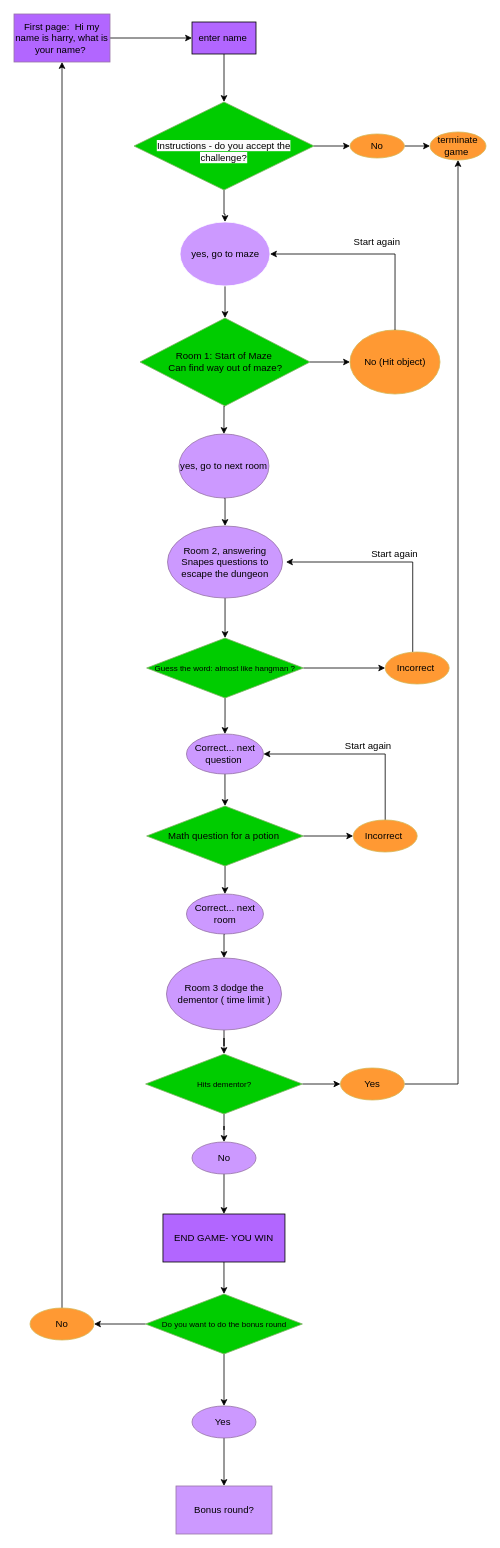
Earlier version of the draw.io diagram page "Page-1" (1 of 2) of HPflowchart.drawio (SchoolOfCode/escape-room-hackathon-50-shades-of-code). Source tidied: cells renumbered, new cells numbered last; positions are measured from the earlier drawing's top-left corner, leaving out a move shared by most shapes. Both pictures are drawn from the tidied source at 80%, with x=0, y=0 at pixel (14, 14).
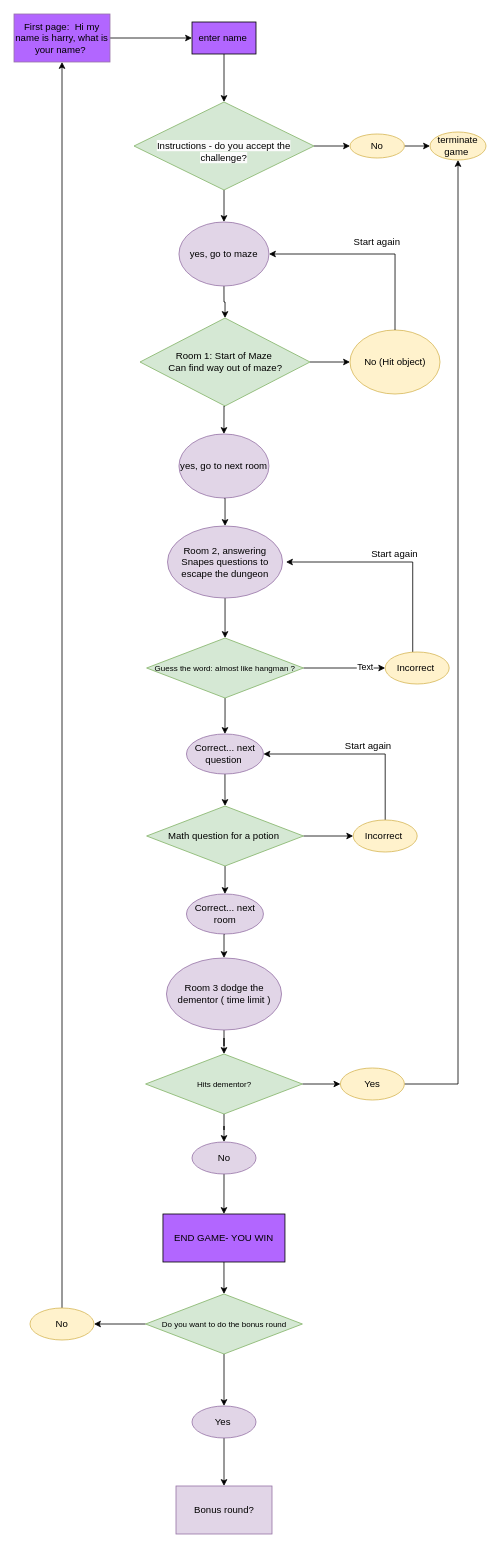
After the change.

Unchanged cells that the change refers to:
```xml
<mxCell id="24" style="edgeStyle=orthogonalEdgeStyle;rounded=0;jettySize=auto;html=1;exitX=1;exitY=0.5;exitDx=0;exitDy=0;entryX=0;entryY=0.5;entryDx=0;entryDy=0;" parent="1" edge="1" source="26" target="30">
  <mxGeometry relative="1" as="geometry" />
</mxCell>
```

What changed in the source:
```diff
@@
-    <mxCell id="6" value="&lt;br&gt;&lt;font style=&quot;&quot;&gt;&lt;span style=&quot;color: rgb(0, 0, 0); font-family: Helvetica; font-style: normal; font-variant-ligatures: normal; font-variant-caps: normal; font-weight: 400; letter-spacing: normal; orphans: 2; text-align: center; text-indent: 0px; text-transform: none; widows: 2; word-spacing: 0px; -webkit-text-stroke-width: 0px; background-color: rgb(251, 251, 251); text-decoration-thickness: initial; text-decoration-style: initial; text-decoration-color: initial; float: none; display: inline !important;&quot;&gt;&lt;font style=&quot;font-size: 12px;&quot;&gt;Instructions - do you accept the challenge?&lt;/font&gt;&lt;/span&gt;&lt;br&gt;&lt;/font&gt;" style="rhombus;whiteSpace=wrap;html=1;fillColor=#00CC00;strokeColor=#82b366;" parent="1" vertex="1">
+    <mxCell id="6" value="&lt;br&gt;&lt;font style=&quot;&quot;&gt;&lt;span style=&quot;color: rgb(0, 0, 0); font-family: Helvetica; font-style: normal; font-variant-ligatures: normal; font-variant-caps: normal; font-weight: 400; letter-spacing: normal; orphans: 2; text-align: center; text-indent: 0px; text-transform: none; widows: 2; word-spacing: 0px; -webkit-text-stroke-width: 0px; background-color: rgb(251, 251, 251); text-decoration-thickness: initial; text-decoration-style: initial; text-decoration-color: initial; float: none; display: inline !important;&quot;&gt;&lt;font style=&quot;font-size: 12px;&quot;&gt;Instructions - do you accept the challenge?&lt;/font&gt;&lt;/span&gt;&lt;br&gt;&lt;/font&gt;" style="rhombus;whiteSpace=wrap;html=1;fillColor=#d5e8d4;strokeColor=#82b366;" parent="1" vertex="1">
       <mxGeometry x="150" y="110" width="225" height="110" as="geometry" />
     </mxCell>
@@
-    <mxCell id="10" value="yes, go to maze" style="ellipse;whiteSpace=wrap;html=1;fontStyle=0;fillColor=#CC99FF;strokeColor=#FFFFFF;" parent="1" vertex="1">
-      <mxGeometry x="207.5" y="260" width="112.5" height="80" as="geometry" />
+    <mxCell id="10" value="yes, go to maze" style="ellipse;whiteSpace=wrap;html=1;fontStyle=0;fillColor=#e1d5e7;strokeColor=#9673a6;" parent="1" vertex="1">
+      <mxGeometry x="206.2" y="260" width="112.5" height="80" as="geometry" />
     </mxCell>
@@
-    <mxCell id="12" value="No" style="ellipse;whiteSpace=wrap;html=1;fillColor=#FF9933;strokeColor=#d6b656;" parent="1" vertex="1">
+    <mxCell id="12" value="No" style="ellipse;whiteSpace=wrap;html=1;fillColor=#fff2cc;strokeColor=#d6b656;" parent="1" vertex="1">
       <mxGeometry x="420" y="150" width="68" height="30" as="geometry" />
     </mxCell>
-    <mxCell id="13" value="terminate game&amp;nbsp;" style="ellipse;whiteSpace=wrap;html=1;fillColor=#FF9933;strokeColor=#d6b656;" parent="1" vertex="1">
+    <mxCell id="13" value="terminate game&amp;nbsp;" style="ellipse;whiteSpace=wrap;html=1;fillColor=#fff2cc;strokeColor=#d6b656;" parent="1" vertex="1">
       <mxGeometry x="520" y="147.5" width="70" height="35" as="geometry" />
     </mxCell>
@@
-    <mxCell id="16" value="Room 1: Start of Maze&amp;nbsp;&lt;br&gt;Can find way out of maze?" style="rhombus;whiteSpace=wrap;html=1;fillColor=#00CC00;strokeColor=#82b366;" parent="1" vertex="1">
+    <mxCell id="16" value="Room 1: Start of Maze&amp;nbsp;&lt;br&gt;Can find way out of maze?" style="rhombus;whiteSpace=wrap;html=1;fillColor=#d5e8d4;strokeColor=#82b366;" parent="1" vertex="1">
       <mxGeometry x="157.5" y="380" width="212.5" height="110" as="geometry" />
     </mxCell>
@@
-    <mxCell id="18" value="yes, go to next room" style="ellipse;whiteSpace=wrap;html=1;fillColor=#CC99FF;strokeColor=#9673a6;" parent="1" vertex="1">
+    <mxCell id="18" value="yes, go to next room" style="ellipse;whiteSpace=wrap;html=1;fillColor=#e1d5e7;strokeColor=#9673a6;" parent="1" vertex="1">
       <mxGeometry x="206.2" y="525" width="112.5" height="80" as="geometry" />
     </mxCell>
-    <mxCell id="19" value="No (Hit object)" style="ellipse;whiteSpace=wrap;html=1;fillColor=#FF9933;strokeColor=#d6b656;" parent="1" vertex="1">
+    <mxCell id="19" value="No (Hit object)" style="ellipse;whiteSpace=wrap;html=1;fillColor=#fff2cc;strokeColor=#d6b656;" parent="1" vertex="1">
       <mxGeometry x="420" y="395" width="112.5" height="80" as="geometry" />
     </mxCell>
@@
-    <mxCell id="23" value="Room 2, answering Snapes questions to escape the dungeon" style="ellipse;whiteSpace=wrap;html=1;fillColor=#CC99FF;strokeColor=#9673a6;" parent="1" vertex="1">
+    <mxCell id="23" value="Room 2, answering Snapes questions to escape the dungeon" style="ellipse;whiteSpace=wrap;html=1;fillColor=#e1d5e7;strokeColor=#9673a6;" parent="1" vertex="1">
       <mxGeometry x="191.9" y="640" width="143.8" height="90" as="geometry" />
     </mxCell>
@@
+    <mxCell id="59" value="Text" style="edgeLabel;html=1;align=center;verticalAlign=middle;" parent="24" vertex="1">
+      <mxGeometry x="0.53" y="3" relative="1" as="geometry">
+        <mxPoint x="-1" y="1" as="offset" />
+      </mxGeometry>
+    </mxCell>
@@
-    <mxCell id="26" value="&lt;font style=&quot;font-size: 10px;&quot;&gt;Guess the word: almost like hangman ?&lt;/font&gt;" style="rhombus;whiteSpace=wrap;html=1;fillColor=#00CC00;strokeColor=#82b366;" parent="1" vertex="1">
+    <mxCell id="26" value="&lt;font style=&quot;font-size: 10px;&quot;&gt;Guess the word: almost like hangman ?&lt;/font&gt;" style="rhombus;whiteSpace=wrap;html=1;fillColor=#d5e8d4;strokeColor=#82b366;" parent="1" vertex="1">
       <mxGeometry x="165.8" y="780" width="196" height="75" as="geometry" />
     </mxCell>
@@
-    <mxCell id="28" value="Correct... next question&amp;nbsp;" style="ellipse;whiteSpace=wrap;html=1;fillColor=#CC99FF;strokeColor=#9673a6;" parent="1" vertex="1">
+    <mxCell id="28" value="Correct... next question&amp;nbsp;" style="ellipse;whiteSpace=wrap;html=1;fillColor=#e1d5e7;strokeColor=#9673a6;" parent="1" vertex="1">
       <mxGeometry x="215.6" y="900" width="96.2" height="50" as="geometry" />
     </mxCell>
@@
-    <mxCell id="30" value="Incorrect&amp;nbsp;" style="ellipse;whiteSpace=wrap;html=1;fillColor=#FF9933;strokeColor=#d6b656;" parent="1" vertex="1">
+    <mxCell id="30" value="Incorrect&amp;nbsp;" style="ellipse;whiteSpace=wrap;html=1;fillColor=#fff2cc;strokeColor=#d6b656;" parent="1" vertex="1">
       <mxGeometry x="464" y="797.5" width="80" height="40" as="geometry" />
     </mxCell>
@@
-    <mxCell id="34" value="Math question for a potion&amp;nbsp;" style="rhombus;whiteSpace=wrap;html=1;fillColor=#00CC00;strokeColor=#82b366;" parent="1" vertex="1">
+    <mxCell id="34" value="Math question for a potion&amp;nbsp;" style="rhombus;whiteSpace=wrap;html=1;fillColor=#d5e8d4;strokeColor=#82b366;" parent="1" vertex="1">
       <mxGeometry x="165.8" y="990" width="196" height="75" as="geometry" />
     </mxCell>
@@
-    <mxCell id="36" value="Incorrect&amp;nbsp;" style="ellipse;whiteSpace=wrap;html=1;fillColor=#FF9933;strokeColor=#d6b656;" parent="1" vertex="1">
+    <mxCell id="36" value="Incorrect&amp;nbsp;" style="ellipse;whiteSpace=wrap;html=1;fillColor=#fff2cc;strokeColor=#d6b656;" parent="1" vertex="1">
       <mxGeometry x="424" y="1007.5" width="80" height="40" as="geometry" />
     </mxCell>
@@
-    <mxCell id="39" value="Correct... next room" style="ellipse;whiteSpace=wrap;html=1;fillColor=#CC99FF;strokeColor=#9673a6;" parent="1" vertex="1">
+    <mxCell id="39" value="Correct... next room" style="ellipse;whiteSpace=wrap;html=1;fillColor=#e1d5e7;strokeColor=#9673a6;" parent="1" vertex="1">
       <mxGeometry x="215.6" y="1100" width="96.2" height="50" as="geometry" />
     </mxCell>
@@
-    <mxCell id="41" value="Room 3 dodge the dementor ( time limit )" style="ellipse;whiteSpace=wrap;html=1;fillColor=#CC99FF;strokeColor=#9673a6;" parent="1" vertex="1">
+    <mxCell id="41" value="Room 3 dodge the dementor ( time limit )" style="ellipse;whiteSpace=wrap;html=1;fillColor=#e1d5e7;strokeColor=#9673a6;" parent="1" vertex="1">
       <mxGeometry x="190.6" y="1180" width="143.8" height="90" as="geometry" />
     </mxCell>
@@
-    <mxCell id="44" value="&lt;font style=&quot;font-size: 10px;&quot;&gt;Hits dementor?&lt;/font&gt;" style="rhombus;whiteSpace=wrap;html=1;fillColor=#00CC00;strokeColor=#82b366;" parent="1" vertex="1">
+    <mxCell id="44" value="&lt;font style=&quot;font-size: 10px;&quot;&gt;Hits dementor?&lt;/font&gt;" style="rhombus;whiteSpace=wrap;html=1;fillColor=#d5e8d4;strokeColor=#82b366;" parent="1" vertex="1">
       <mxGeometry x="164.5" y="1300" width="196" height="75" as="geometry" />
     </mxCell>
@@
-    <mxCell id="46" value="No" style="ellipse;whiteSpace=wrap;html=1;fillColor=#CC99FF;strokeColor=#9673a6;" parent="1" vertex="1">
+    <mxCell id="46" value="No" style="ellipse;whiteSpace=wrap;html=1;fillColor=#e1d5e7;strokeColor=#9673a6;" parent="1" vertex="1">
       <mxGeometry x="222.5" y="1410" width="80" height="40" as="geometry" />
     </mxCell>
@@
-    <mxCell id="48" value="Yes" style="ellipse;whiteSpace=wrap;html=1;fillColor=#FF9933;strokeColor=#d6b656;" parent="1" vertex="1">
+    <mxCell id="48" value="Yes" style="ellipse;whiteSpace=wrap;html=1;fillColor=#fff2cc;strokeColor=#d6b656;" parent="1" vertex="1">
       <mxGeometry x="408" y="1317.5" width="80" height="40" as="geometry" />
     </mxCell>
@@
-    <mxCell id="53" value="&lt;span style=&quot;font-size: 10px;&quot;&gt;Do you want to do the bonus round&lt;/span&gt;" style="rhombus;whiteSpace=wrap;html=1;fillColor=#00CC00;strokeColor=#82b366;" parent="1" vertex="1">
+    <mxCell id="53" value="&lt;span style=&quot;font-size: 10px;&quot;&gt;Do you want to do the bonus round&lt;/span&gt;" style="rhombus;whiteSpace=wrap;html=1;fillColor=#d5e8d4;strokeColor=#82b366;" parent="1" vertex="1">
       <mxGeometry x="164.5" y="1600" width="196" height="75" as="geometry" />
     </mxCell>
@@
-    <mxCell id="55" value="No" style="ellipse;whiteSpace=wrap;html=1;fillColor=#FF9933;strokeColor=#d6b656;" parent="1" vertex="1">
+    <mxCell id="55" value="No" style="ellipse;whiteSpace=wrap;html=1;fillColor=#fff2cc;strokeColor=#d6b656;" parent="1" vertex="1">
       <mxGeometry x="20" y="1617.5" width="80" height="40" as="geometry" />
     </mxCell>
@@
-    <mxCell id="57" value="Yes&amp;nbsp;" style="ellipse;whiteSpace=wrap;html=1;fillColor=#CC99FF;strokeColor=#9673a6;" parent="1" vertex="1">
+    <mxCell id="57" value="Yes&amp;nbsp;" style="ellipse;whiteSpace=wrap;html=1;fillColor=#e1d5e7;strokeColor=#9673a6;" parent="1" vertex="1">
       <mxGeometry x="222.5" y="1740" width="80" height="40" as="geometry" />
     </mxCell>
-    <mxCell id="58" value="Bonus round?" style="rounded=0;whiteSpace=wrap;html=1;fillColor=#CC99FF;strokeColor=#9673a6;" parent="1" vertex="1">
+    <mxCell id="58" value="Bonus round?" style="rounded=0;whiteSpace=wrap;html=1;fillColor=#e1d5e7;strokeColor=#9673a6;" parent="1" vertex="1">
       <mxGeometry x="202.5" y="1840" width="120" height="60" as="geometry" />
     </mxCell>
```
